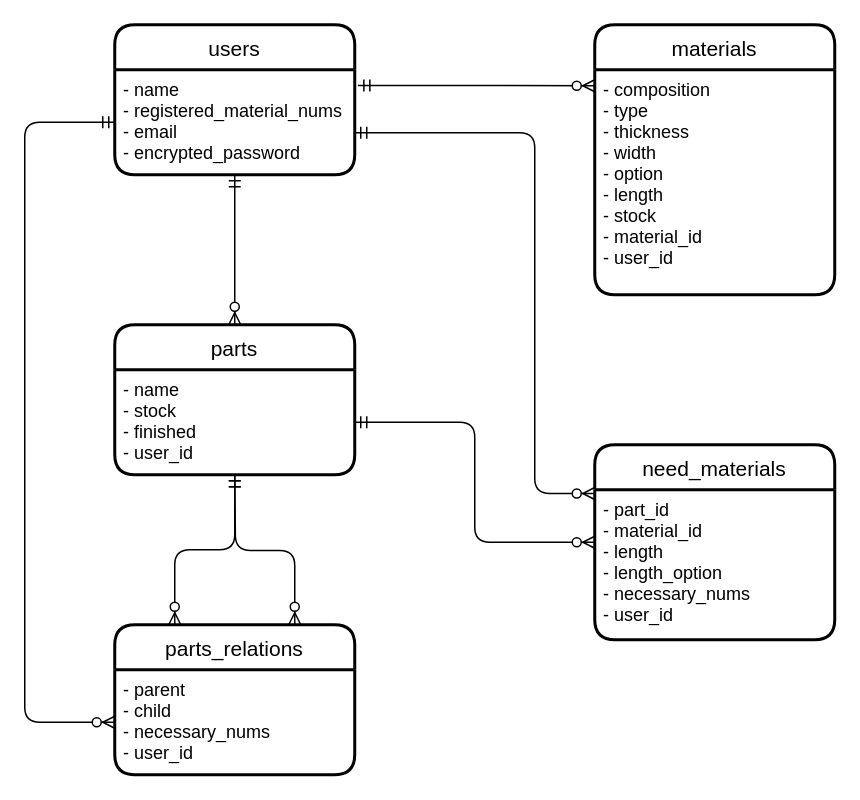
Before: ERdiagram.drawio in orange-soba/material_control, a draw.io diagram. Source tidied: cells renumbered, new cells numbered last; positions are measured from the earlier drawing's top-left corner, leaving out a move shared by most shapes. Both pictures are drawn from the tidied source at 150%, with x=0, y=0 at pixel (24, 24).
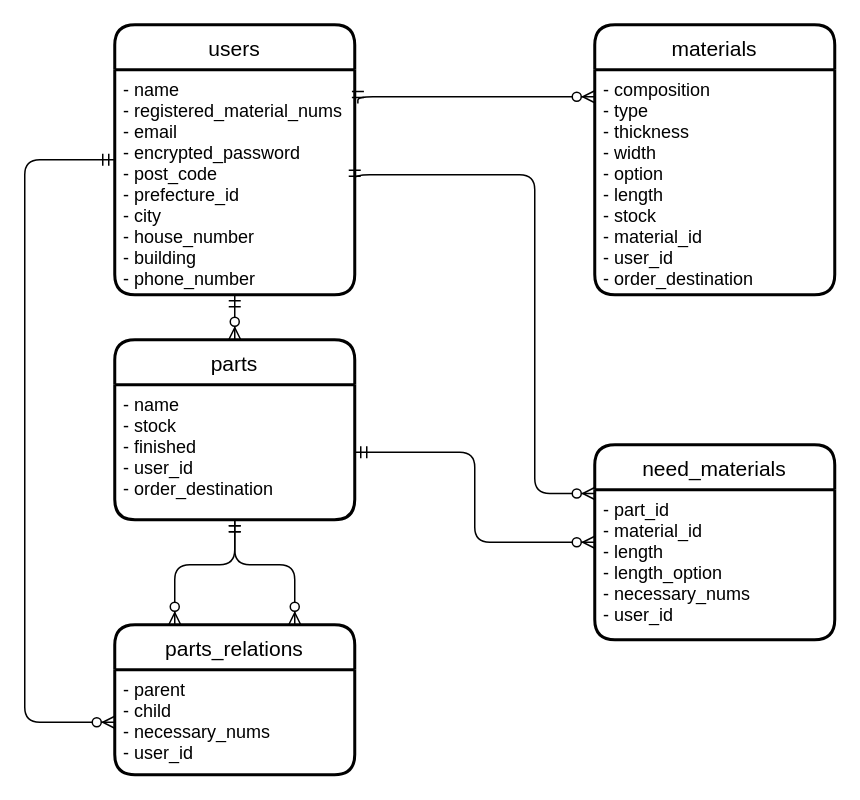
The same page after the edit.

The change refers to these unchanged cells:
```xml
<mxCell id="6" value="materials" style="swimlane;horizontal=1;startSize=30;rounded=1;fontSize=14;fontStyle=0;strokeWidth=2;shadow=0;dashed=0;align=center;" parent="1" vertex="1">
  <mxGeometry x="380" width="160" height="180" as="geometry" />
</mxCell>
<mxCell id="8" value="parts_relations" style="swimlane;horizontal=1;startSize=30;rounded=1;fontSize=14;fontStyle=0;strokeWidth=2;shadow=0;dashed=0;align=center;" parent="1" vertex="1">
  <mxGeometry x="60" y="400" width="160" height="100" as="geometry" />
</mxCell>
<mxCell id="9" value="- parent&#10;- child&#10;- necessary_nums&#10;- user_id" style="align=left;strokeColor=none;fillColor=none;spacingLeft=4;fontSize=12;verticalAlign=top;" parent="8" vertex="1">
  <mxGeometry y="30" width="160" height="70" as="geometry" />
</mxCell>
<mxCell id="10" value="need_materials" style="swimlane;horizontal=1;startSize=30;rounded=1;fontSize=14;fontStyle=0;strokeWidth=2;shadow=0;dashed=0;align=center;" parent="1" vertex="1">
  <mxGeometry x="380" y="280" width="160" height="130" as="geometry" />
</mxCell>
```

Diff of the diagram source:
```diff
@@
     <mxCell id="2" value="users" style="swimlane;horizontal=1;startSize=30;rounded=1;fontSize=14;fontStyle=0;strokeWidth=2;shadow=0;dashed=0;align=center;" parent="1" vertex="1">
-      <mxGeometry x="60" width="160" height="100" as="geometry" />
+      <mxGeometry x="60" width="160" height="180" as="geometry" />
     </mxCell>
-    <mxCell id="3" value="- name&#10;- registered_material_nums&#10;- email&#10;- encrypted_password" style="align=left;strokeColor=none;fillColor=none;spacingLeft=4;fontSize=12;verticalAlign=top;" parent="2" vertex="1">
-      <mxGeometry y="30" width="160" height="70" as="geometry" />
+    <mxCell id="3" value="- name&#10;- registered_material_nums&#10;- email&#10;- encrypted_password&#10;- post_code&#10;- prefecture_id&#10;- city&#10;- house_number&#10;- building&#10;- phone_number" style="align=left;strokeColor=none;fillColor=none;spacingLeft=4;fontSize=12;verticalAlign=top;" parent="2" vertex="1">
+      <mxGeometry y="30" width="160" height="150" as="geometry" />
     </mxCell>
     <mxCell id="4" value="parts" style="swimlane;horizontal=1;startSize=30;rounded=1;fontSize=14;fontStyle=0;strokeWidth=2;shadow=0;dashed=0;align=center;" parent="1" vertex="1">
-      <mxGeometry x="60" y="200" width="160" height="100" as="geometry" />
+      <mxGeometry x="60" y="210" width="160" height="120" as="geometry" />
     </mxCell>
-    <mxCell id="5" value="- name&#10;- stock&#10;- finished&#10;- user_id" style="align=left;strokeColor=none;fillColor=none;spacingLeft=4;fontSize=12;verticalAlign=top;" parent="4" vertex="1">
-      <mxGeometry y="30" width="160" height="70" as="geometry" />
+    <mxCell id="5" value="- name&#10;- stock&#10;- finished&#10;- user_id&#10;- order_destination" style="align=left;strokeColor=none;fillColor=none;spacingLeft=4;fontSize=12;verticalAlign=top;" parent="4" vertex="1">
+      <mxGeometry y="30" width="160" height="90" as="geometry" />
     </mxCell>
@@
-    <mxCell id="7" value="- composition&#10;- type&#10;- thickness&#10;- width&#10;- option&#10;- length&#10;- stock&#10;- material_id&#10;- user_id" style="align=left;strokeColor=none;fillColor=none;spacingLeft=4;fontSize=12;verticalAlign=top;" parent="6" vertex="1">
+    <mxCell id="7" value="- composition&#10;- type&#10;- thickness&#10;- width&#10;- option&#10;- length&#10;- stock&#10;- material_id&#10;- user_id&#10;- order_destination" style="align=left;strokeColor=none;fillColor=none;spacingLeft=4;fontSize=12;verticalAlign=top;" parent="6" vertex="1">
       <mxGeometry y="30" width="160" height="150" as="geometry" />
     </mxCell>
@@
-    <mxCell id="13" style="edgeStyle=orthogonalEdgeStyle;fontSize=12;html=1;endArrow=ERzeroToMany;startArrow=ERmandOne;exitX=1.013;exitY=0.15;exitDx=0;exitDy=0;exitPerimeter=0;entryX=0;entryY=0.071;entryDx=0;entryDy=0;entryPerimeter=0;" parent="1" edge="1" source="3" target="7">
-      <mxGeometry relative="1" as="geometry" />
+    <mxCell id="13" style="edgeStyle=orthogonalEdgeStyle;fontSize=12;html=1;endArrow=ERzeroToMany;startArrow=ERmandOne;exitX=1.013;exitY=0.15;exitDx=0;exitDy=0;exitPerimeter=0;" parent="1" edge="1" source="3">
+      <mxGeometry relative="1" as="geometry">
+        <mxPoint x="380" y="48" as="targetPoint" />
+        <Array as="points">
+          <mxPoint x="380" y="48" />
+        </Array>
+      </mxGeometry>
     </mxCell>
-    <mxCell id="14" style="edgeStyle=orthogonalEdgeStyle;fontSize=12;html=1;endArrow=ERzeroToMany;startArrow=ERmandOne;exitX=0.5;exitY=1;exitDx=0;exitDy=0;entryX=0.25;entryY=0;entryDx=0;entryDy=0;" parent="1" edge="1" source="5" target="8">
-      <mxGeometry relative="1" as="geometry" />
+    <mxCell id="14" style="edgeStyle=orthogonalEdgeStyle;fontSize=12;html=1;endArrow=ERzeroToMany;startArrow=ERmandOne;entryX=0.25;entryY=0;entryDx=0;entryDy=0;" parent="1" edge="1" target="8">
+      <mxGeometry relative="1" as="geometry">
+        <mxPoint x="140" y="330" as="sourcePoint" />
+        <Array as="points">
+          <mxPoint x="140" y="360" />
+          <mxPoint x="100" y="360" />
+        </Array>
+      </mxGeometry>
     </mxCell>
-    <mxCell id="15" style="edgeStyle=orthogonalEdgeStyle;fontSize=12;html=1;endArrow=ERzeroToMany;startArrow=ERmandOne;entryX=0.75;entryY=0;entryDx=0;entryDy=0;" parent="1" edge="1" target="8">
+    <mxCell id="15" style="edgeStyle=orthogonalEdgeStyle;fontSize=12;html=1;endArrow=ERzeroToMany;startArrow=ERmandOne;entryX=0.75;entryY=0;entryDx=0;entryDy=0;exitX=0.5;exitY=1;exitDx=0;exitDy=0;" parent="1" edge="1" source="5" target="8">
       <mxGeometry relative="1" as="geometry">
-        <mxPoint x="140" y="300" as="sourcePoint" />
+        <Array as="points">
+          <mxPoint x="140" y="360" />
+          <mxPoint x="180" y="360" />
+        </Array>
       </mxGeometry>
     </mxCell>
@@
-    <mxCell id="17" style="edgeStyle=orthogonalEdgeStyle;fontSize=12;html=1;endArrow=ERzeroToMany;startArrow=ERmandOne;exitX=1;exitY=0.6;exitDx=0;exitDy=0;exitPerimeter=0;entryX=0;entryY=0.25;entryDx=0;entryDy=0;" parent="1" edge="1" source="3" target="10">
+    <mxCell id="17" style="edgeStyle=orthogonalEdgeStyle;fontSize=12;html=1;endArrow=ERzeroToMany;startArrow=ERmandOne;exitX=1;exitY=0.5;exitDx=0;exitDy=0;entryX=0;entryY=0.25;entryDx=0;entryDy=0;" parent="1" edge="1" source="3" target="10">
       <mxGeometry relative="1" as="geometry">
         <Array as="points">
-          <mxPoint x="340" y="72" />
+          <mxPoint x="340" y="100" />
           <mxPoint x="340" y="313" />
         </Array>
       </mxGeometry>
     </mxCell>
-    <mxCell id="18" style="edgeStyle=orthogonalEdgeStyle;fontSize=12;html=1;endArrow=ERzeroToMany;startArrow=ERmandOne;exitX=0;exitY=0.5;exitDx=0;exitDy=0;entryX=0;entryY=0.5;entryDx=0;entryDy=0;" parent="1" edge="1" source="3" target="9">
+    <mxCell id="18" style="edgeStyle=orthogonalEdgeStyle;fontSize=12;html=1;endArrow=ERzeroToMany;startArrow=ERmandOne;entryX=0;entryY=0.5;entryDx=0;entryDy=0;" parent="1" edge="1" target="9">
       <mxGeometry relative="1" as="geometry">
+        <mxPoint x="60" y="90" as="sourcePoint" />
         <Array as="points">
-          <mxPoint y="65" />
+          <mxPoint y="90" />
           <mxPoint y="465" />
         </Array>
       </mxGeometry>
     </mxCell>
```
